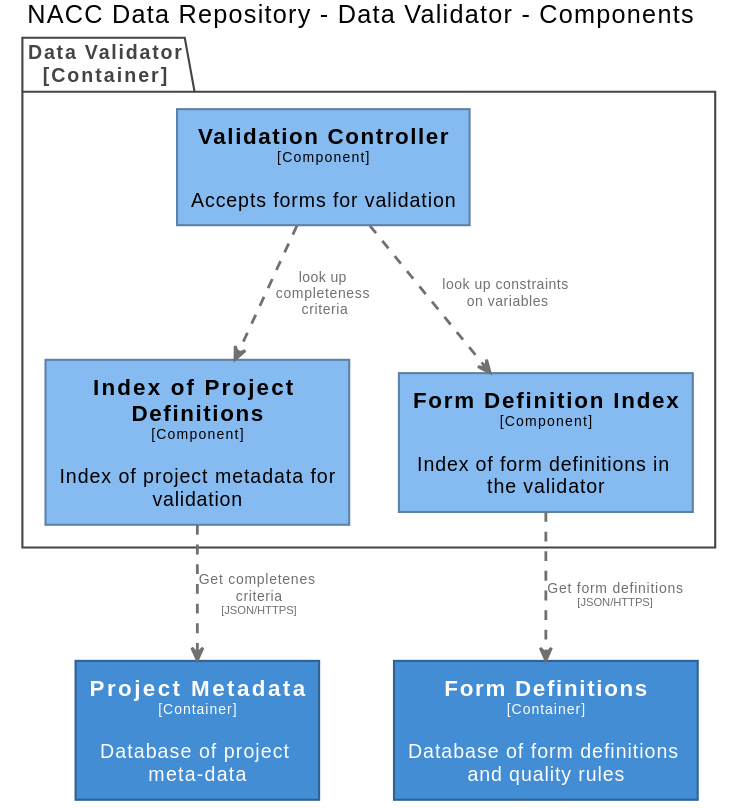
naccdata/system-design keeps this PlantUML diagram as docs/images/structurizr-ValidatorComponent.svg. Above is the earlier version.
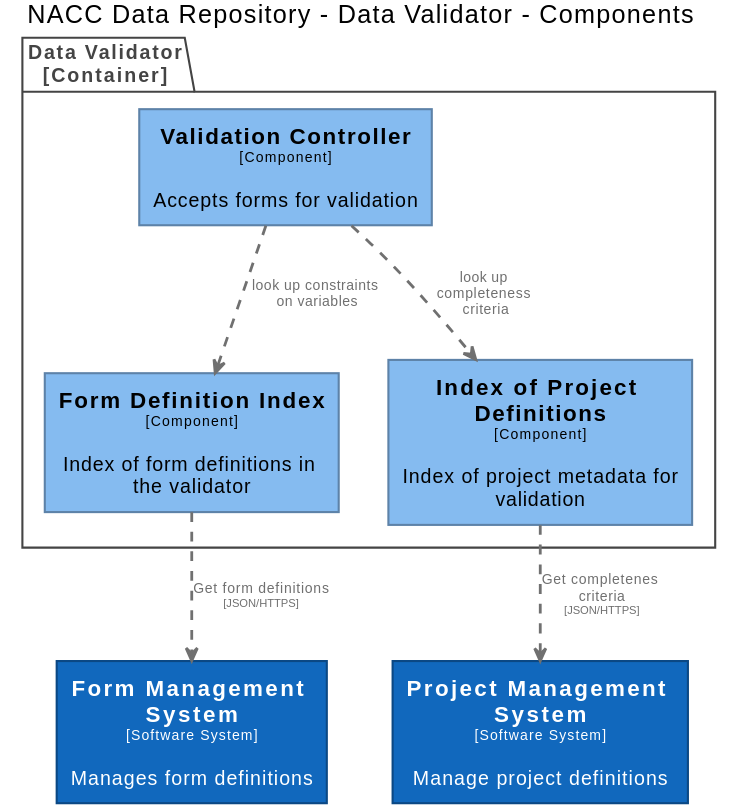
After the change.

The edit, as a diff of the source:
```diff
@@ -18,20 +18,20 @@
   FontColor #000000
   BorderColor #5d82a8
 }
-skinparam rectangle<<NACCDataRepository.FormDefinitions>> {
-  BackgroundColor #438dd5
+skinparam rectangle<<FormManagementSystem>> {
+  BackgroundColor #1168bd
   FontColor #ffffff
-  BorderColor #2e6295
+  BorderColor #0b4884
 }
 skinparam rectangle<<NACCDataRepository.DataValidator.IndexofProjectDefinitions>> {
   BackgroundColor #85bbf0
   FontColor #000000
   BorderColor #5d82a8
 }
-skinparam rectangle<<NACCDataRepository.ProjectMetadata>> {
-  BackgroundColor #438dd5
+skinparam rectangle<<ProjectManagementSystem>> {
+  BackgroundColor #1168bd
   FontColor #ffffff
-  BorderColor #2e6295
+  BorderColor #0b4884
 }
 skinparam rectangle<<NACCDataRepository.DataValidator.ValidationController>> {
   BackgroundColor #85bbf0
@@ -39,20 +39,20 @@
   BorderColor #5d82a8
 }
 
-rectangle "==Form Definitions\n<size:10>[Container]</size>\n\nDatabase of form definitions and quality rules" <<NACCDataRepository.FormDefinitions>> as NACCDataRepository.FormDefinitions
-rectangle "==Project Metadata\n<size:10>[Container]</size>\n\nDatabase of project meta-data" <<NACCDataRepository.ProjectMetadata>> as NACCDataRepository.ProjectMetadata
+rectangle "==Form Management System\n<size:10>[Software System]</size>\n\nManages form definitions" <<FormManagementSystem>> as FormManagementSystem
+rectangle "==Project Management System\n<size:10>[Software System]</size>\n\nManage project definitions" <<ProjectManagementSystem>> as ProjectManagementSystem
 
 package "Data Validator\n[Container]" <<NACCDataRepository.DataValidator>> {
   skinparam PackageBorderColor<<NACCDataRepository.DataValidator>> #444444
   skinparam PackageFontColor<<NACCDataRepository.DataValidator>> #444444
 
+  rectangle "==Form Definition Index\n<size:10>[Component]</size>\n\nIndex of form definitions in the validator" <<NACCDataRepository.DataValidator.FormDefinitionIndex>> as NACCDataRepository.DataValidator.FormDefinitionIndex
   rectangle "==Index of Project Definitions\n<size:10>[Component]</size>\n\nIndex of project metadata for validation" <<NACCDataRepository.DataValidator.IndexofProjectDefinitions>> as NACCDataRepository.DataValidator.IndexofProjectDefinitions
   rectangle "==Validation Controller\n<size:10>[Component]</size>\n\nAccepts forms for validation" <<NACCDataRepository.DataValidator.ValidationController>> as NACCDataRepository.DataValidator.ValidationController
-  rectangle "==Form Definition Index\n<size:10>[Component]</size>\n\nIndex of form definitions in the validator" <<NACCDataRepository.DataValidator.FormDefinitionIndex>> as NACCDataRepository.DataValidator.FormDefinitionIndex
 }
 
-NACCDataRepository.DataValidator.IndexofProjectDefinitions .[#707070,thickness=2].> NACCDataRepository.ProjectMetadata : "<color:#707070>Get completenes criteria\n<color:#707070><size:8>[JSON/HTTPS]</size>"
+NACCDataRepository.DataValidator.FormDefinitionIndex .[#707070,thickness=2].> FormManagementSystem : "<color:#707070>Get form definitions\n<color:#707070><size:8>[JSON/HTTPS]</size>"
+NACCDataRepository.DataValidator.IndexofProjectDefinitions .[#707070,thickness=2].> ProjectManagementSystem : "<color:#707070>Get completenes criteria\n<color:#707070><size:8>[JSON/HTTPS]</size>"
 NACCDataRepository.DataValidator.ValidationController .[#707070,thickness=2].> NACCDataRepository.DataValidator.FormDefinitionIndex : "<color:#707070>look up constraints on variables"
 NACCDataRepository.DataValidator.ValidationController .[#707070,thickness=2].> NACCDataRepository.DataValidator.IndexofProjectDefinitions : "<color:#707070>look up completeness criteria"
-NACCDataRepository.DataValidator.FormDefinitionIndex .[#707070,thickness=2].> NACCDataRepository.FormDefinitions : "<color:#707070>Get form definitions\n<color:#707070><size:8>[JSON/HTTPS]</size>"
 @enduml
```
